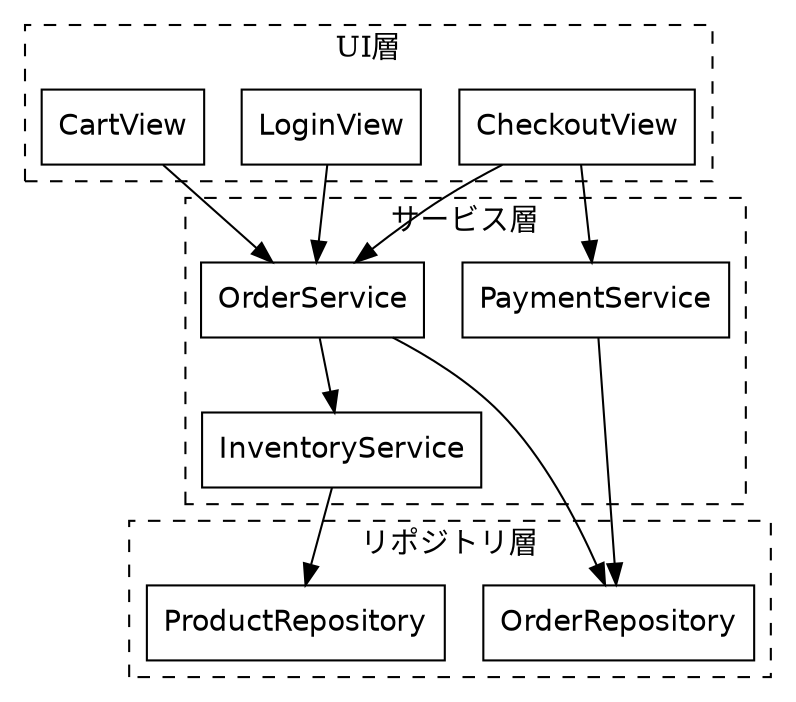
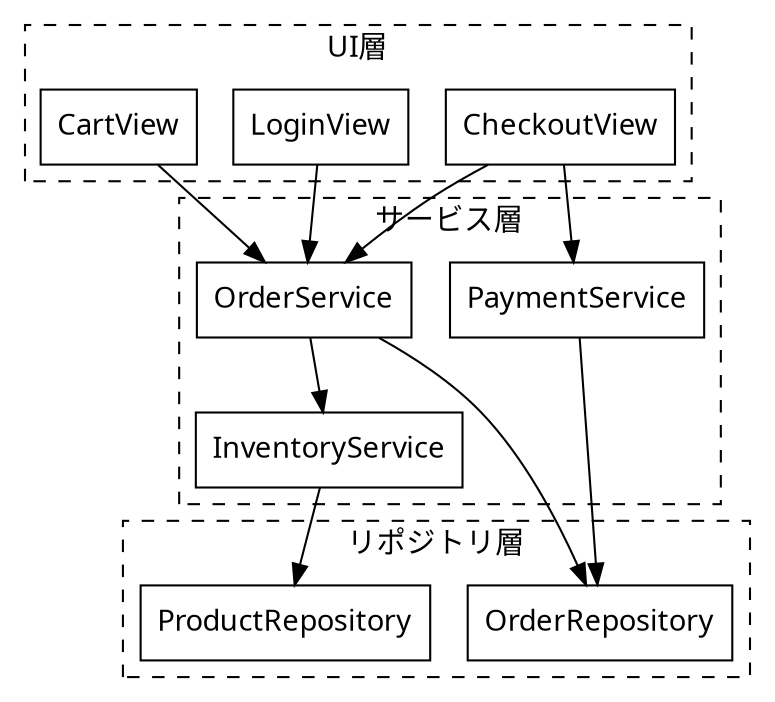
digraph ModuleDependency {
  rankdir=TB;
-   node [shape=box, fontname="Helvetica"];
+   fontname="Meiryo";
+   node [shape=box, fontname="Meiryo"];

  subgraph cluster_ui {
    label="UI層";
    style=dashed;
    LoginView [label="LoginView"];
    CartView [label="CartView"];
    CheckoutView [label="CheckoutView"];
  }

  subgraph cluster_service {
    label="サービス層";
    style=dashed;
    OrderService [label="OrderService"];
    PaymentService [label="PaymentService"];
    InventoryService [label="InventoryService"];
  }

  subgraph cluster_repository {
    label="リポジトリ層";
    style=dashed;
    OrderRepository [label="OrderRepository"];
    ProductRepository [label="ProductRepository"];
  }

  LoginView -> OrderService;
  CartView -> OrderService;
  CheckoutView -> OrderService;
  CheckoutView -> PaymentService;
  OrderService -> OrderRepository;
  OrderService -> InventoryService;
  PaymentService -> OrderRepository;
  InventoryService -> ProductRepository;
}
